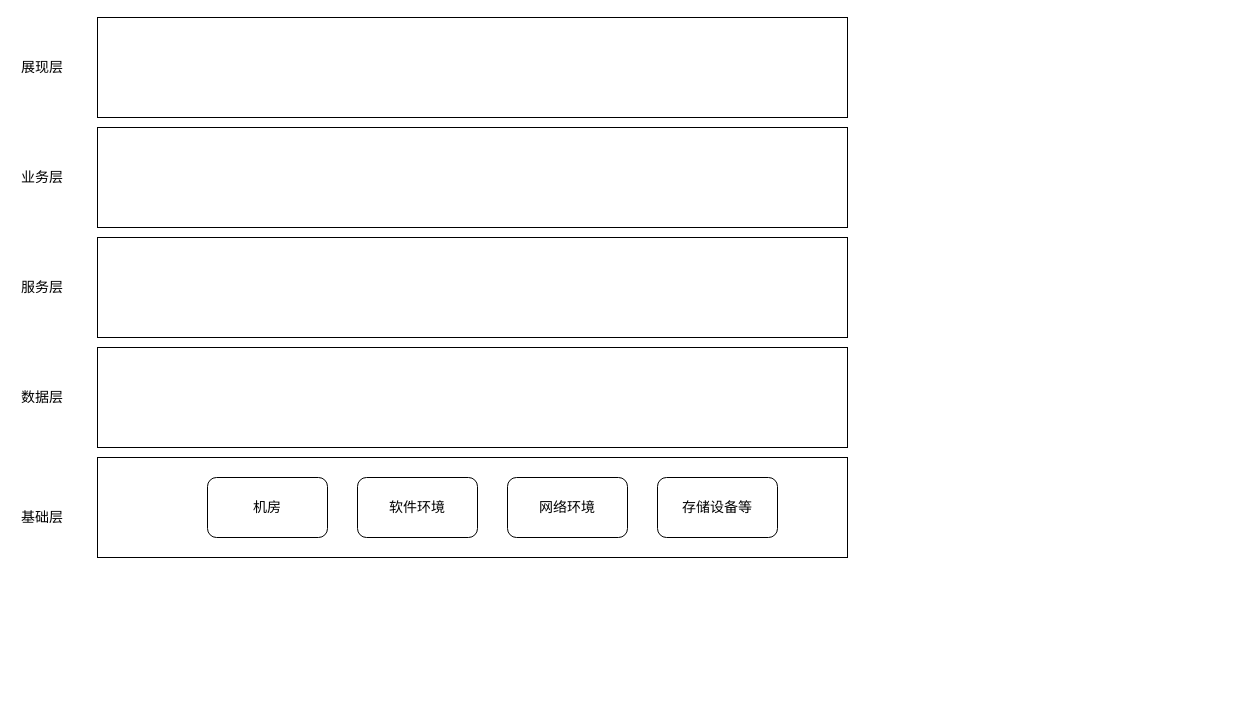
The draw.io diagram page "智慧排水总体架构" (2 of 6) of 二供ER图.drawio in lpeng589/draw, before the edit. Source tidied: cells renumbered, new cells numbered last; positions are measured from the earlier drawing's top-left corner, leaving out a move shared by most shapes. Both pictures are drawn from the tidied source at 100%, with x=0, y=0 at pixel (17, 17).
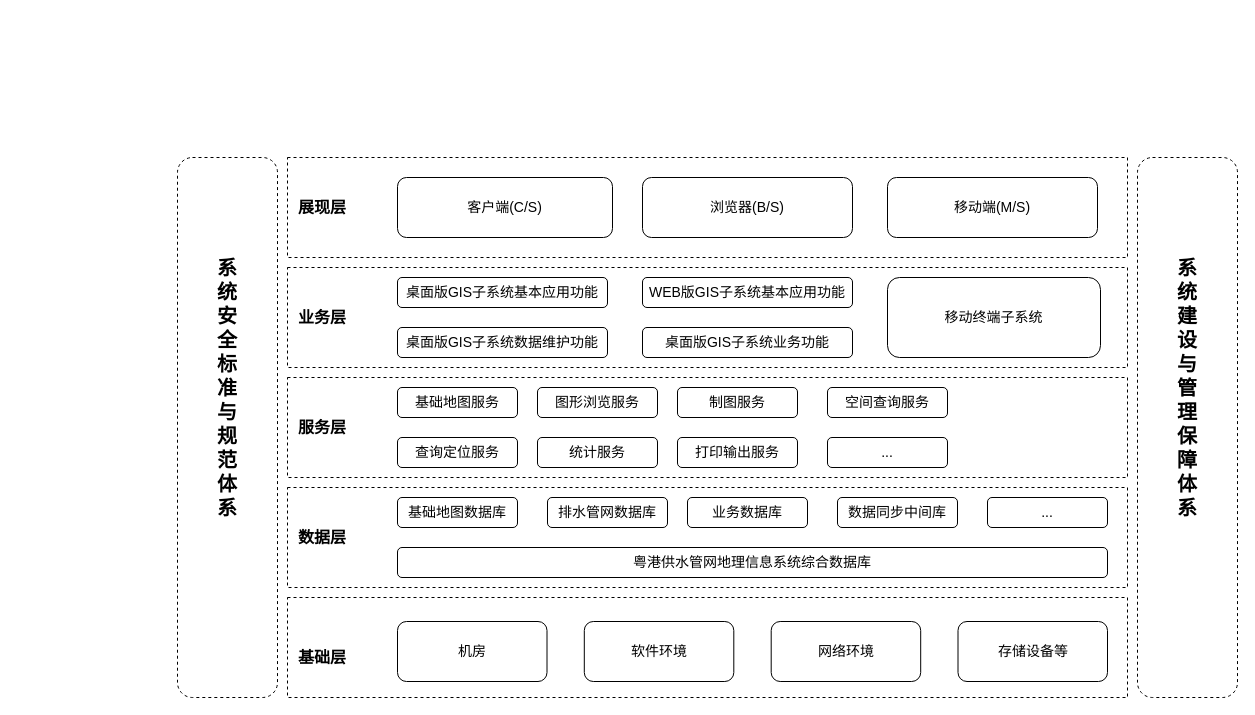
After the change.

What changed in the source:
```diff
@@
+    <mxCell id="7" style="rounded=0;whiteSpace=wrap;html=1;fillColor=none;dashed=1;" parent="1" vertex="1">
+      <mxGeometry x="270" y="140" width="840" height="100" as="geometry" />
+    </mxCell>
+    <mxCell id="8" style="rounded=0;whiteSpace=wrap;html=1;dashed=1;" parent="1" vertex="1">
+      <mxGeometry x="270" y="250" width="840" height="100" as="geometry" />
+    </mxCell>
+    <mxCell id="9" style="rounded=0;whiteSpace=wrap;html=1;dashed=1;" parent="1" vertex="1">
+      <mxGeometry x="270" y="360" width="840" height="100" as="geometry" />
+    </mxCell>
+    <mxCell id="10" style="rounded=0;whiteSpace=wrap;html=1;dashed=1;" parent="1" vertex="1">
+      <mxGeometry x="270" y="470" width="840" height="100" as="geometry" />
+    </mxCell>
+    <mxCell id="11" style="rounded=0;whiteSpace=wrap;html=1;dashed=1;" parent="1" vertex="1">
+      <mxGeometry x="270" y="580" width="840" height="100" as="geometry" />
+    </mxCell>
+    <mxCell id="16" value="基础地图数据库" style="rounded=1;whiteSpace=wrap;html=1;fontSize=14;" parent="1" vertex="1">
+      <mxGeometry x="380" y="480" width="120" height="30" as="geometry" />
+    </mxCell>
+    <mxCell id="17" value="排水管网数据库" style="rounded=1;whiteSpace=wrap;html=1;fontSize=14;" parent="1" vertex="1">
+      <mxGeometry x="530" y="480" width="120" height="30" as="geometry" />
+    </mxCell>
+    <mxCell id="18" value="业务数据库" style="rounded=1;whiteSpace=wrap;html=1;fontSize=14;" parent="1" vertex="1">
+      <mxGeometry x="670" y="480" width="120" height="30" as="geometry" />
+    </mxCell>
+    <mxCell id="19" value="..." style="rounded=1;whiteSpace=wrap;html=1;fontSize=14;" parent="1" vertex="1">
+      <mxGeometry x="970" y="480" width="120" height="30" as="geometry" />
+    </mxCell>
+    <mxCell id="20" value="数据同步中间库" style="rounded=1;whiteSpace=wrap;html=1;fontSize=14;" parent="1" vertex="1">
+      <mxGeometry x="820" y="480" width="120" height="30" as="geometry" />
+    </mxCell>
+    <mxCell id="21" value="粤港供水管网地理信息系统综合数据库" style="rounded=1;whiteSpace=wrap;html=1;fontSize=14;" parent="1" vertex="1">
+      <mxGeometry x="380" y="530" width="710" height="30" as="geometry" />
+    </mxCell>
+    <mxCell id="22" value="基础地图服务" style="rounded=1;whiteSpace=wrap;html=1;fontSize=14;" parent="1" vertex="1">
+      <mxGeometry x="380" y="370" width="120" height="30" as="geometry" />
+    </mxCell>
+    <mxCell id="23" value="图形浏览服务" style="rounded=1;whiteSpace=wrap;html=1;fontSize=14;" parent="1" vertex="1">
+      <mxGeometry x="520" y="370" width="120" height="30" as="geometry" />
+    </mxCell>
+    <mxCell id="24" value="制图服务" style="rounded=1;whiteSpace=wrap;html=1;fontSize=14;" parent="1" vertex="1">
+      <mxGeometry x="660" y="370" width="120" height="30" as="geometry" />
+    </mxCell>
+    <mxCell id="25" value="空间查询服务" style="rounded=1;whiteSpace=wrap;html=1;fontSize=14;" parent="1" vertex="1">
+      <mxGeometry x="810" y="370" width="120" height="30" as="geometry" />
+    </mxCell>
+    <mxCell id="26" value="查询定位服务" style="rounded=1;whiteSpace=wrap;html=1;fontSize=14;" parent="1" vertex="1">
+      <mxGeometry x="380" y="420" width="120" height="30" as="geometry" />
+    </mxCell>
+    <mxCell id="27" value="统计服务" style="rounded=1;whiteSpace=wrap;html=1;fontSize=14;" parent="1" vertex="1">
+      <mxGeometry x="520" y="420" width="120" height="30" as="geometry" />
+    </mxCell>
+    <mxCell id="28" value="打印输出服务" style="rounded=1;whiteSpace=wrap;html=1;fontSize=14;" parent="1" vertex="1">
+      <mxGeometry x="660" y="420" width="120" height="30" as="geometry" />
+    </mxCell>
+    <mxCell id="29" value="..." style="rounded=1;whiteSpace=wrap;html=1;fontSize=14;" parent="1" vertex="1">
+      <mxGeometry x="810" y="420" width="120" height="30" as="geometry" />
+    </mxCell>
+    <mxCell id="30" value="桌面版GIS子系统基本应用功能" style="rounded=1;whiteSpace=wrap;html=1;fontSize=14;" parent="1" vertex="1">
+      <mxGeometry x="380" y="260" width="210" height="30" as="geometry" />
+    </mxCell>
+    <mxCell id="31" value="WEB版GIS子系统基本应用功能" style="rounded=1;whiteSpace=wrap;html=1;fontSize=14;" parent="1" vertex="1">
+      <mxGeometry x="625" y="260" width="210" height="30" as="geometry" />
+    </mxCell>
+    <mxCell id="32" value="桌面版GIS子系统数据维护功能" style="rounded=1;whiteSpace=wrap;html=1;fontSize=14;" parent="1" vertex="1">
+      <mxGeometry x="380" y="310" width="210" height="30" as="geometry" />
+    </mxCell>
+    <mxCell id="33" value="桌面版GIS子系统业务功能" style="rounded=1;whiteSpace=wrap;html=1;fontSize=14;" parent="1" vertex="1">
+      <mxGeometry x="625" y="310" width="210" height="30" as="geometry" />
+    </mxCell>
+    <mxCell id="34" value="移动终端子系统" style="rounded=1;whiteSpace=wrap;html=1;fontSize=14;" parent="1" vertex="1">
+      <mxGeometry x="870" y="260" width="213" height="80" as="geometry" />
+    </mxCell>
+    <mxCell id="35" value="客户端(C/S)" style="rounded=1;whiteSpace=wrap;html=1;fontSize=14;" parent="1" vertex="1">
+      <mxGeometry x="380" y="160" width="215" height="60" as="geometry" />
+    </mxCell>
+    <mxCell id="36" value="浏览器(B/S)" style="rounded=1;whiteSpace=wrap;html=1;fontSize=14;" parent="1" vertex="1">
+      <mxGeometry x="625" y="160" width="210" height="60" as="geometry" />
+    </mxCell>
+    <mxCell id="37" value="移动端(M/S)" style="rounded=1;whiteSpace=wrap;html=1;fontSize=14;" parent="1" vertex="1">
+      <mxGeometry x="870" y="160" width="210" height="60" as="geometry" />
+    </mxCell>
+    <mxCell id="38" style="group;" parent="1" vertex="1">
+      <mxGeometry x="380" y="604" width="710" height="60" as="geometry" />
+    </mxCell>
+    <mxCell id="12" value="机房" style="rounded=1;whiteSpace=wrap;html=1;fontSize=14;" parent="38" vertex="1">
+      <mxGeometry width="149.5" height="60" as="geometry" />
+    </mxCell>
+    <mxCell id="13" value="软件环境" style="rounded=1;whiteSpace=wrap;html=1;fontSize=14;" parent="38" vertex="1">
+      <mxGeometry x="186.8" width="149.5" height="60" as="geometry" />
+    </mxCell>
+    <mxCell id="14" value="网络环境" style="rounded=1;whiteSpace=wrap;html=1;fontSize=14;" parent="38" vertex="1">
+      <mxGeometry x="373.7" width="149.5" height="60" as="geometry" />
+    </mxCell>
+    <mxCell id="15" value="存储设备等" style="rounded=1;whiteSpace=wrap;html=1;fontSize=14;" parent="38" vertex="1">
+      <mxGeometry x="560.5" width="149.5" height="60" as="geometry" />
+    </mxCell>
-    <mxCell id="2" value="展现层" style="text;html=1;strokeColor=none;fillColor=none;align=center;verticalAlign=middle;whiteSpace=wrap;rounded=0;fontSize=14;" parent="1" vertex="1">
-      <mxGeometry y="40" width="50" height="20" as="geometry" />
+    <mxCell id="2" value="展现层" style="text;html=1;strokeColor=none;fillColor=none;align=center;verticalAlign=middle;whiteSpace=wrap;rounded=0;fontSize=16;fontStyle=1;" parent="1" vertex="1">
+      <mxGeometry x="280" y="180" width="50" height="20" as="geometry" />
     </mxCell>
-    <mxCell id="3" value="业务层" style="text;html=1;strokeColor=none;fillColor=none;align=center;verticalAlign=middle;whiteSpace=wrap;rounded=0;fontSize=14;" parent="1" vertex="1">
-      <mxGeometry y="150" width="50" height="20" as="geometry" />
+    <mxCell id="3" value="业务层" style="text;html=1;strokeColor=none;fillColor=none;align=center;verticalAlign=middle;whiteSpace=wrap;rounded=0;fontSize=16;fontStyle=1;" parent="1" vertex="1">
+      <mxGeometry x="280" y="290" width="50" height="20" as="geometry" />
     </mxCell>
-    <mxCell id="4" value="服务层" style="text;html=1;strokeColor=none;fillColor=none;align=center;verticalAlign=middle;whiteSpace=wrap;rounded=0;fontSize=14;" parent="1" vertex="1">
-      <mxGeometry y="260" width="50" height="20" as="geometry" />
+    <mxCell id="4" value="服务层" style="text;html=1;strokeColor=none;fillColor=none;align=center;verticalAlign=middle;whiteSpace=wrap;rounded=0;fontSize=16;fontStyle=1;" parent="1" vertex="1">
+      <mxGeometry x="280" y="400" width="50" height="20" as="geometry" />
     </mxCell>
-    <mxCell id="5" value="数据层" style="text;html=1;strokeColor=none;fillColor=none;align=center;verticalAlign=middle;whiteSpace=wrap;rounded=0;fontSize=14;" parent="1" vertex="1">
-      <mxGeometry y="370" width="50" height="20" as="geometry" />
+    <mxCell id="5" value="数据层" style="text;html=1;strokeColor=none;fillColor=none;align=center;verticalAlign=middle;whiteSpace=wrap;rounded=0;fontSize=16;fontStyle=1;" parent="1" vertex="1">
+      <mxGeometry x="280" y="510" width="50" height="20" as="geometry" />
     </mxCell>
-    <mxCell id="6" value="基础层" style="text;html=1;strokeColor=none;fillColor=none;align=center;verticalAlign=middle;whiteSpace=wrap;rounded=0;fontSize=14;" parent="1" vertex="1">
-      <mxGeometry y="490" width="50" height="20" as="geometry" />
+    <mxCell id="6" value="基础层" style="text;html=1;strokeColor=none;fillColor=none;align=center;verticalAlign=middle;whiteSpace=wrap;rounded=0;fontSize=16;fontStyle=1;" parent="1" vertex="1">
+      <mxGeometry x="280" y="630" width="50" height="20" as="geometry" />
     </mxCell>
-    <mxCell id="7" style="rounded=0;whiteSpace=wrap;html=1;" parent="1" vertex="1">
-      <mxGeometry x="80" width="750" height="100" as="geometry" />
-    </mxCell>
-    <mxCell id="8" style="rounded=0;whiteSpace=wrap;html=1;" parent="1" vertex="1">
-      <mxGeometry x="80" y="110" width="750" height="100" as="geometry" />
-    </mxCell>
-    <mxCell id="9" style="rounded=0;whiteSpace=wrap;html=1;" parent="1" vertex="1">
-      <mxGeometry x="80" y="220" width="750" height="100" as="geometry" />
-    </mxCell>
-    <mxCell id="10" style="rounded=0;whiteSpace=wrap;html=1;" parent="1" vertex="1">
-      <mxGeometry x="80" y="330" width="750" height="100" as="geometry" />
-    </mxCell>
-    <mxCell id="11" style="rounded=0;whiteSpace=wrap;html=1;" parent="1" vertex="1">
-      <mxGeometry x="80" y="440" width="750" height="100" as="geometry" />
-    </mxCell>
-    <mxCell id="12" value="机房" style="rounded=1;whiteSpace=wrap;html=1;fontSize=14;" parent="1" vertex="1">
-      <mxGeometry x="190" y="460" width="120" height="60" as="geometry" />
-    </mxCell>
-    <mxCell id="13" value="软件环境" style="rounded=1;whiteSpace=wrap;html=1;fontSize=14;" parent="1" vertex="1">
-      <mxGeometry x="340" y="460" width="120" height="60" as="geometry" />
-    </mxCell>
-    <mxCell id="14" value="网络环境" style="rounded=1;whiteSpace=wrap;html=1;fontSize=14;" parent="1" vertex="1">
-      <mxGeometry x="490" y="460" width="120" height="60" as="geometry" />
-    </mxCell>
-    <mxCell id="15" value="存储设备等" style="rounded=1;whiteSpace=wrap;html=1;fontSize=14;" parent="1" vertex="1">
-      <mxGeometry x="640" y="460" width="120" height="60" as="geometry" />
-    </mxCell>
+    <mxCell id="39" style="rounded=1;whiteSpace=wrap;html=1;fontSize=20;fontStyle=1;dashed=1;" parent="1" vertex="1">
+      <mxGeometry x="160" y="140" width="100" height="540" as="geometry" />
+    </mxCell>
+    <mxCell id="40" style="rounded=1;whiteSpace=wrap;html=1;fontSize=20;horizontal=1;fontStyle=1;fontFamily=Helvetica;dashed=1;" parent="1" vertex="1">
+      <mxGeometry x="1120" y="140" width="100" height="540" as="geometry" />
+    </mxCell>
+    <mxCell id="41" value="&lt;span style=&quot;font-weight: 700&quot;&gt;系统建设与管理保障体系&lt;/span&gt;" style="text;html=1;strokeColor=none;fillColor=none;align=center;verticalAlign=middle;whiteSpace=wrap;rounded=0;fontFamily=Helvetica;fontSize=20;" parent="1" vertex="1">
+      <mxGeometry x="1150" y="360" width="40" height="20" as="geometry" />
+    </mxCell>
+    <mxCell id="42" value="&lt;span style=&quot;font-weight: 700&quot;&gt;系统安全标准与规范体系&lt;/span&gt;" style="text;html=1;strokeColor=none;fillColor=none;align=center;verticalAlign=middle;whiteSpace=wrap;rounded=0;fontFamily=Helvetica;fontSize=20;" parent="1" vertex="1">
+      <mxGeometry x="190" y="360" width="40" height="20" as="geometry" />
+    </mxCell>
+    <mxCell id="43" style="edgeStyle=orthogonalEdgeStyle;rounded=0;orthogonalLoop=1;jettySize=auto;html=1;exitX=0.5;exitY=1;exitDx=0;exitDy=0;fontFamily=Helvetica;fontSize=20;" parent="1" edge="1" source="42" target="42">
+      <mxGeometry relative="1" as="geometry" />
+    </mxCell>
```
